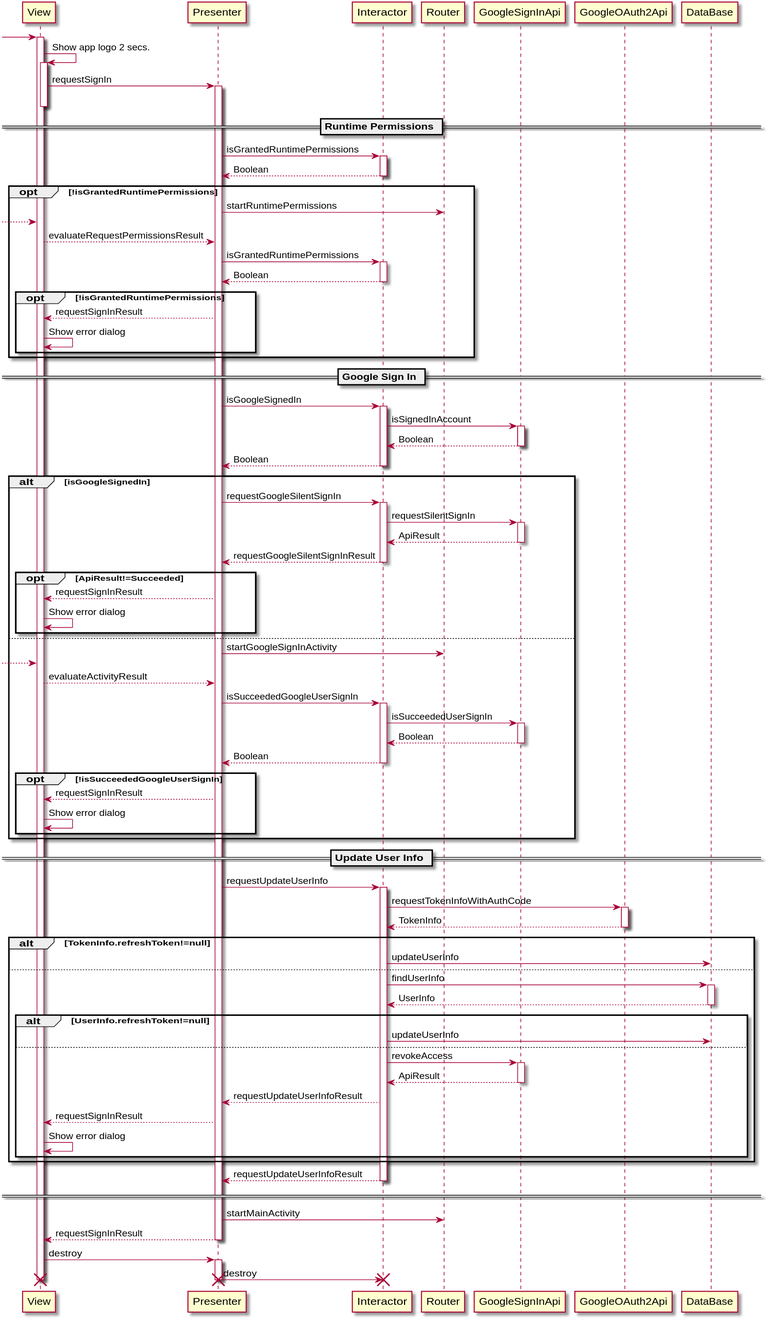
sallyluenoa/PhotoSlideShow keeps this PlantUML diagram as uml/splash/sequence_diagram_splash.svg. Above is the earlier version. The source it was exported from:
```plantuml
@startuml
[-> View
activate View
View -> View++: Show app logo 2 secs.

View -> Presenter++: requestSignIn
View--

== Runtime Permissions ==

Presenter -> Interactor++: isGrantedRuntimePermissions
return Boolean

opt !isGrantedRuntimePermissions
  Presenter -> Router: startRuntimePermissions
  [--> View
  View --> Presenter: evaluateRequestPermissionsResult

  Presenter -> Interactor++: isGrantedRuntimePermissions
  return Boolean

  opt !isGrantedRuntimePermissions
    View <-- Presenter: requestSignInResult
    View -> View: Show error dialog
  end
end

== Google Sign In ==

Presenter -> Interactor++: isGoogleSignedIn
  Interactor -> GoogleSignInApi++: isSignedInAccount
  return Boolean
return Boolean

alt isGoogleSignedIn
  Presenter -> Interactor++: requestGoogleSilentSignIn
    Interactor -> GoogleSignInApi++: requestSilentSignIn
    return ApiResult
  return requestGoogleSilentSignInResult

  opt ApiResult!=Succeeded
    View <-- Presenter: requestSignInResult
    View -> View: Show error dialog
  end

else
  Presenter -> Router: startGoogleSignInActivity
  [--> View
  View --> Presenter: evaluateActivityResult

  Presenter -> Interactor++: isSucceededGoogleUserSignIn
    Interactor -> GoogleSignInApi++: isSucceededUserSignIn
    return Boolean
  return Boolean

  opt !isSucceededGoogleUserSignIn
    View <-- Presenter: requestSignInResult
    View -> View: Show error dialog
  end
end

== Update User Info ==

Presenter -> Interactor++: requestUpdateUserInfo
  Interactor -> GoogleOAuth2Api++: requestTokenInfoWithAuthCode
  return TokenInfo

alt TokenInfo.refreshToken!=null
  Interactor -> DataBase: updateUserInfo

else
  Interactor -> DataBase++: findUserInfo
  return UserInfo

  alt UserInfo.refreshToken!=null
    Interactor -> DataBase: updateUserInfo
  else
    Interactor -> GoogleSignInApi++: revokeAccess
    return ApiResult
    Presenter <-- Interactor: requestUpdateUserInfoResult
    View <-- Presenter: requestSignInResult
    View -> View: Show error dialog
  end

end

return requestUpdateUserInfoResult

====

Presenter -> Router: startMainActivity
View <-- Presenter--: requestSignInResult

View -> Presenter++: destroy
Presenter -> Interactor!!: destroy
destroy Presenter
destroy View
@enduml
```
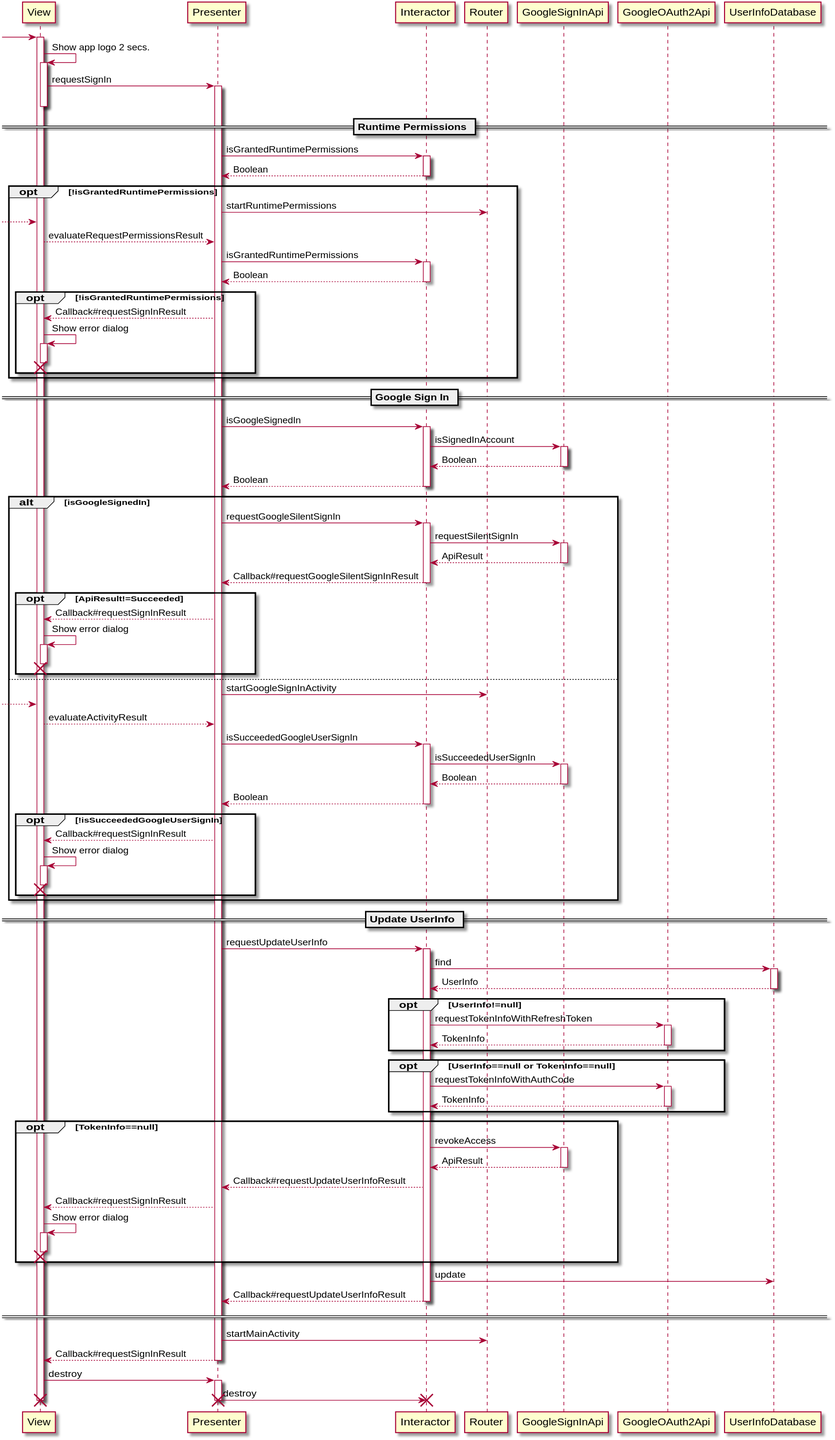
The same file after the commit.

The edit, as a diff of the source:
```diff
@@ -1,4 +1,14 @@
 @startuml
+participant View
+participant Presenter
+participant Interactor
+participant Router
+
+participant GoogleSignInApi
+participant GoogleOAuth2Api
+participant UserInfoDatabase
+
+
 [-> View
 activate View
 View -> View++: Show app logo 2 secs.
@@ -20,8 +30,9 @@
   return Boolean
 
   opt !isGrantedRuntimePermissions
-    View <-- Presenter: requestSignInResult
-    View -> View: Show error dialog
+    View <-- Presenter: Callback#requestSignInResult
+    View -> View++: Show error dialog
+    destroy View
   end
 end
 
@@ -36,11 +47,12 @@
   Presenter -> Interactor++: requestGoogleSilentSignIn
     Interactor -> GoogleSignInApi++: requestSilentSignIn
     return ApiResult
-  return requestGoogleSilentSignInResult
+  return Callback#requestGoogleSilentSignInResult
 
   opt ApiResult!=Succeeded
-    View <-- Presenter: requestSignInResult
-    View -> View: Show error dialog
+    View <-- Presenter: Callback#requestSignInResult
+    View -> View++: Show error dialog
+    destroy View
   end
 
 else
@@ -54,42 +66,45 @@
   return Boolean
 
   opt !isSucceededGoogleUserSignIn
-    View <-- Presenter: requestSignInResult
-    View -> View: Show error dialog
+    View <-- Presenter: Callback#requestSignInResult
+    View -> View++: Show error dialog
+    destroy View
   end
 end
 
-== Update User Info ==
+== Update UserInfo ==
 
 Presenter -> Interactor++: requestUpdateUserInfo
+
+Interactor -> UserInfoDatabase++: find
+return UserInfo
+
+opt UserInfo!=null
+  Interactor -> GoogleOAuth2Api++: requestTokenInfoWithRefreshToken
+  return TokenInfo
+end
+
+opt UserInfo==null or TokenInfo==null
   Interactor -> GoogleOAuth2Api++: requestTokenInfoWithAuthCode
   return TokenInfo
-
-alt TokenInfo.refreshToken!=null
-  Interactor -> DataBase: updateUserInfo
-
-else
-  Interactor -> DataBase++: findUserInfo
-  return UserInfo
-
-  alt UserInfo.refreshToken!=null
-    Interactor -> DataBase: updateUserInfo
-  else
-    Interactor -> GoogleSignInApi++: revokeAccess
-    return ApiResult
-    Presenter <-- Interactor: requestUpdateUserInfoResult
-    View <-- Presenter: requestSignInResult
-    View -> View: Show error dialog
-  end
-
 end
 
-return requestUpdateUserInfoResult
+opt TokenInfo==null
+  Interactor -> GoogleSignInApi++: revokeAccess
+  return ApiResult
+  Presenter <-- Interactor: Callback#requestUpdateUserInfoResult
+  View <-- Presenter: Callback#requestSignInResult
+  View -> View++: Show error dialog
+  destroy View
+end
+
+Interactor -> UserInfoDatabase: update
+Presenter <-- Interactor--: Callback#requestUpdateUserInfoResult
 
 ====
 
 Presenter -> Router: startMainActivity
-View <-- Presenter--: requestSignInResult
+View <-- Presenter--: Callback#requestSignInResult
 
 View -> Presenter++: destroy
 Presenter -> Interactor!!: destroy
```
